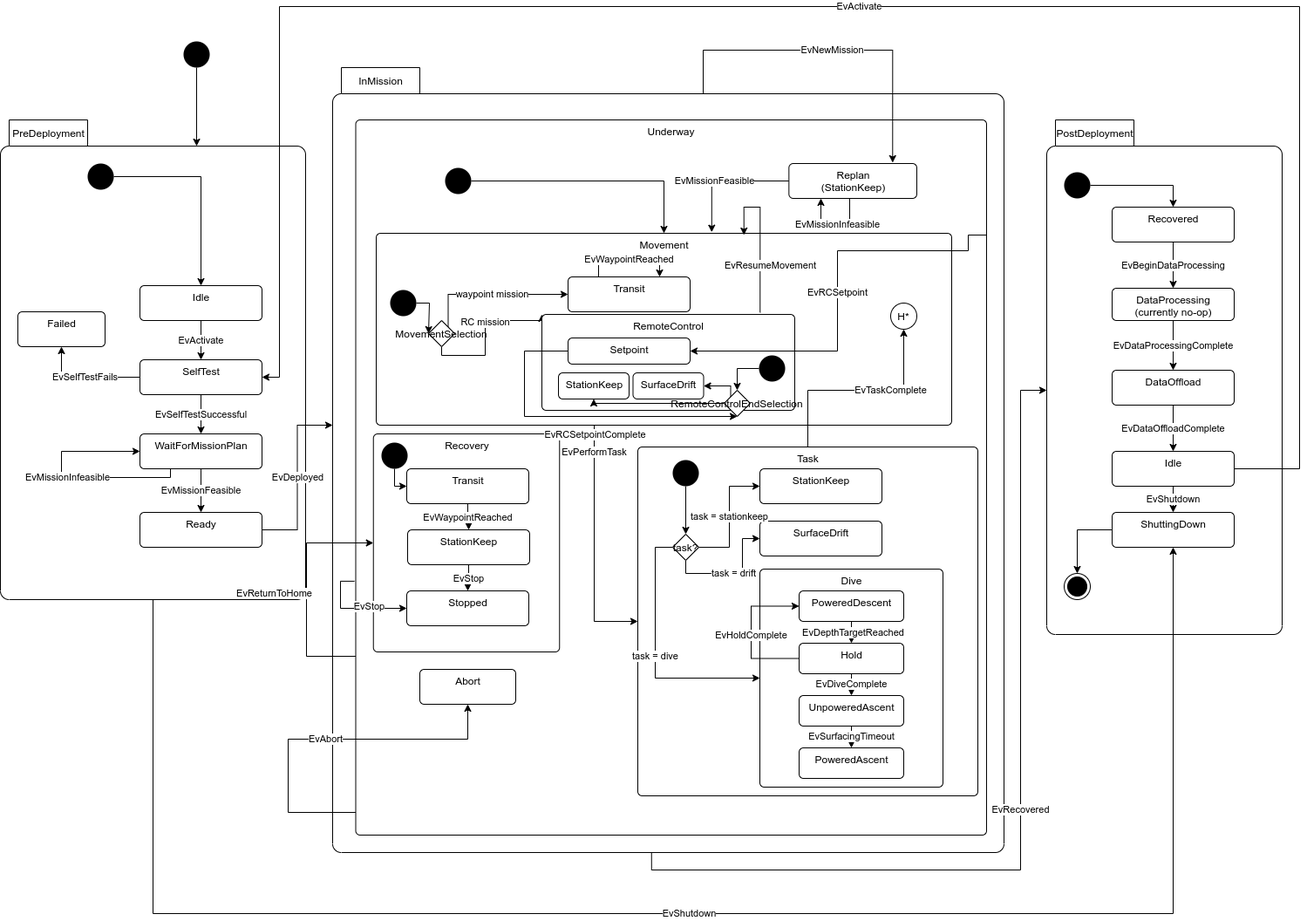
Earlier version of the draw.io export src/doc/figures/mission-states.png (jaiarobotics/jaiabot). Source tidied: cells renumbered, new cells last; positions are measured from the earlier drawing's top-left corner, leaving out a move shared by most shapes.
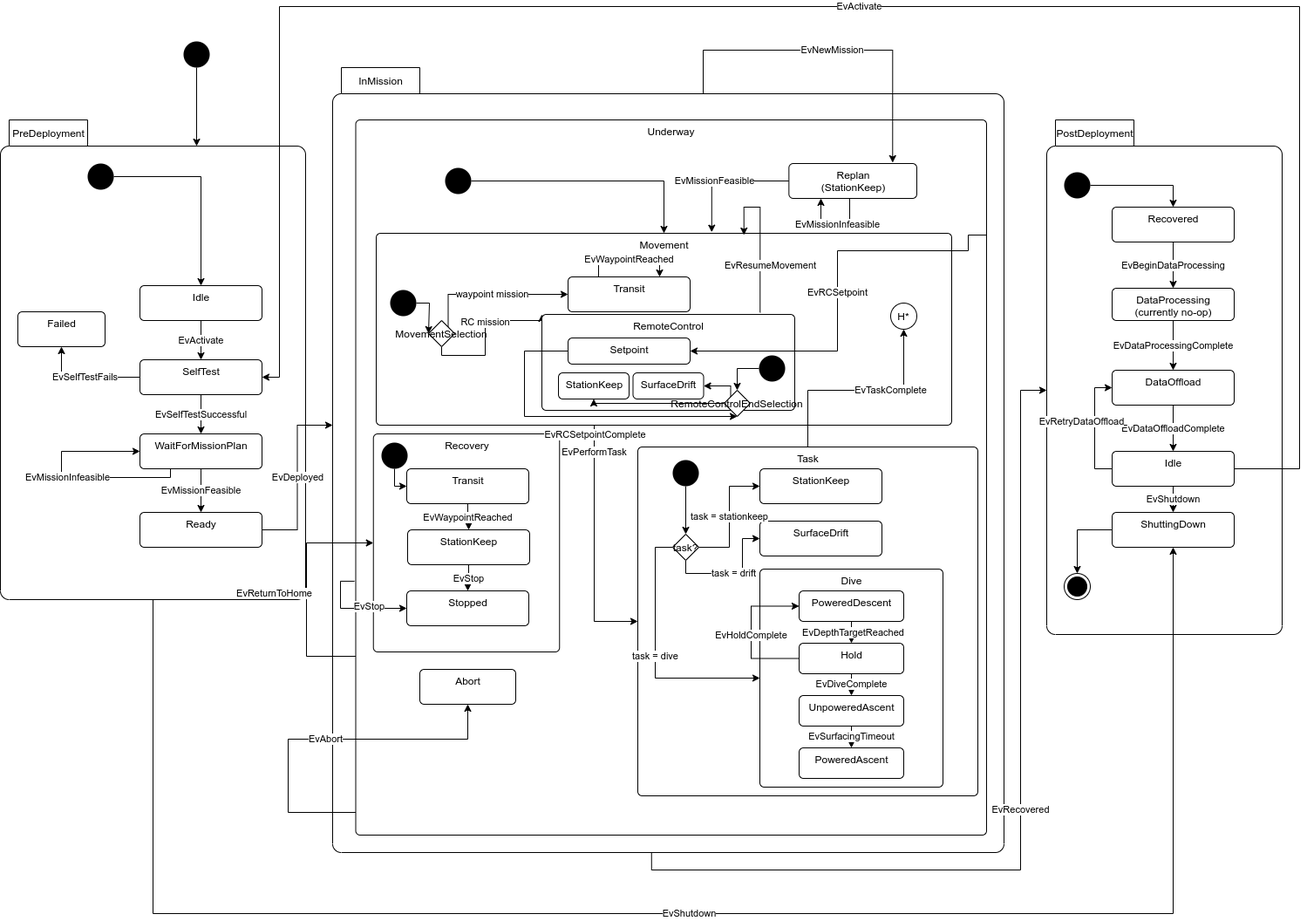
The same file after the commit.

What changed in the source:
```diff
@@ -46,6 +46,14 @@
     <mxCell id="15" value="EvShutdown" style="edgeStyle=orthogonalEdgeStyle;rounded=0;jettySize=auto;html=1;entryX=0.5;entryY=0;entryDx=0;entryDy=0;" parent="2" edge="1" source="16" target="10">
       <mxGeometry relative="1" as="geometry" />
     </mxCell>
+    <mxCell id="103" value="EvRetryDataOffload" style="edgeStyle=orthogonalEdgeStyle;rounded=0;jettySize=auto;html=1;entryX=0;entryY=0.5;entryDx=0;entryDy=0;" parent="2" edge="1" source="16" target="7">
+      <mxGeometry x="0.12" y="15" relative="1" as="geometry">
+        <Array as="points">
+          <mxPoint x="55" y="390" />
+          <mxPoint x="55" y="297" />
+        </Array>
+      </mxGeometry>
+    </mxCell>
     <mxCell id="16" value="Idle" style="html=1;align=center;verticalAlign=top;rounded=1;absoluteArcSize=1;arcSize=10;dashed=0;" parent="2" vertex="1">
       <mxGeometry x="75" y="370" width="140" height="40" as="geometry" />
     </mxCell>
```
